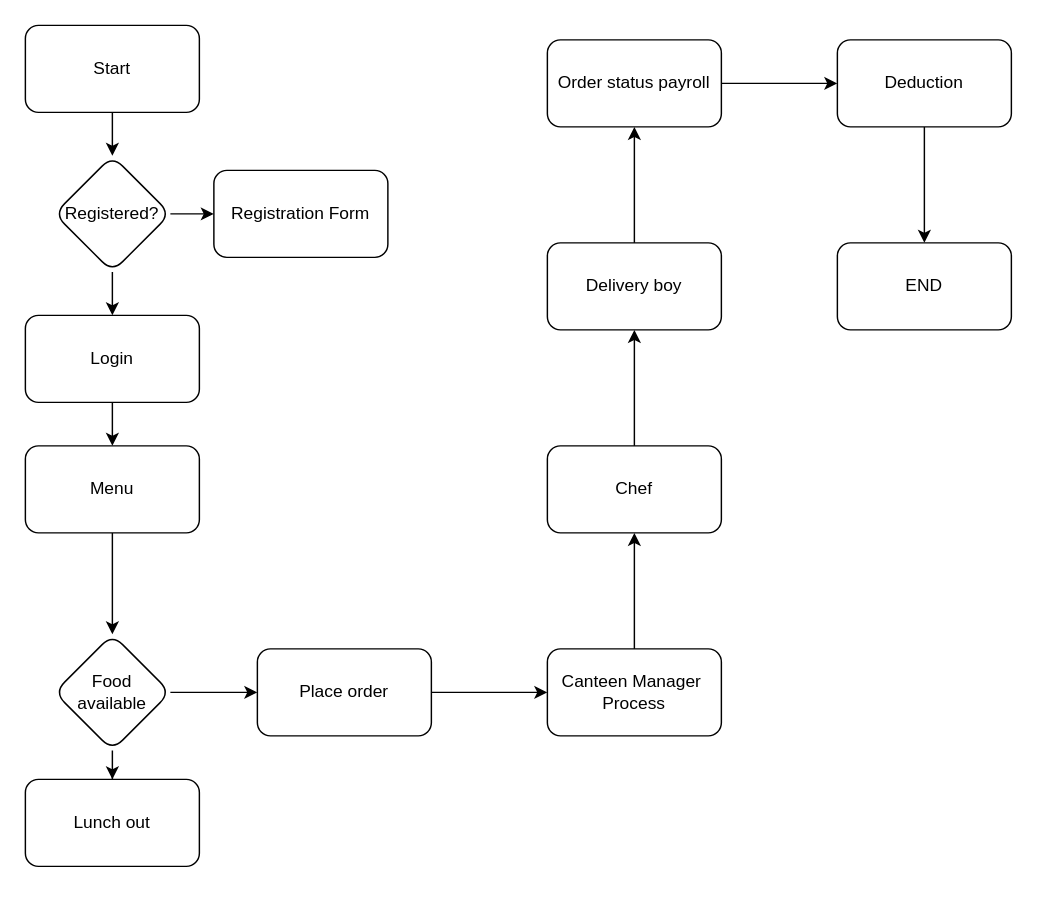
This is page "Future Process" (2 of 5) of canteen_management.drawio from ysebega/ysebega, a draw.io file, before an edit. Source tidied: cells renumbered, new cells numbered last; positions are measured from the earlier drawing's top-left corner, leaving out a move shared by most shapes. Both pictures are drawn from the tidied source at 145%, with x=0, y=0 at pixel (25, 25).
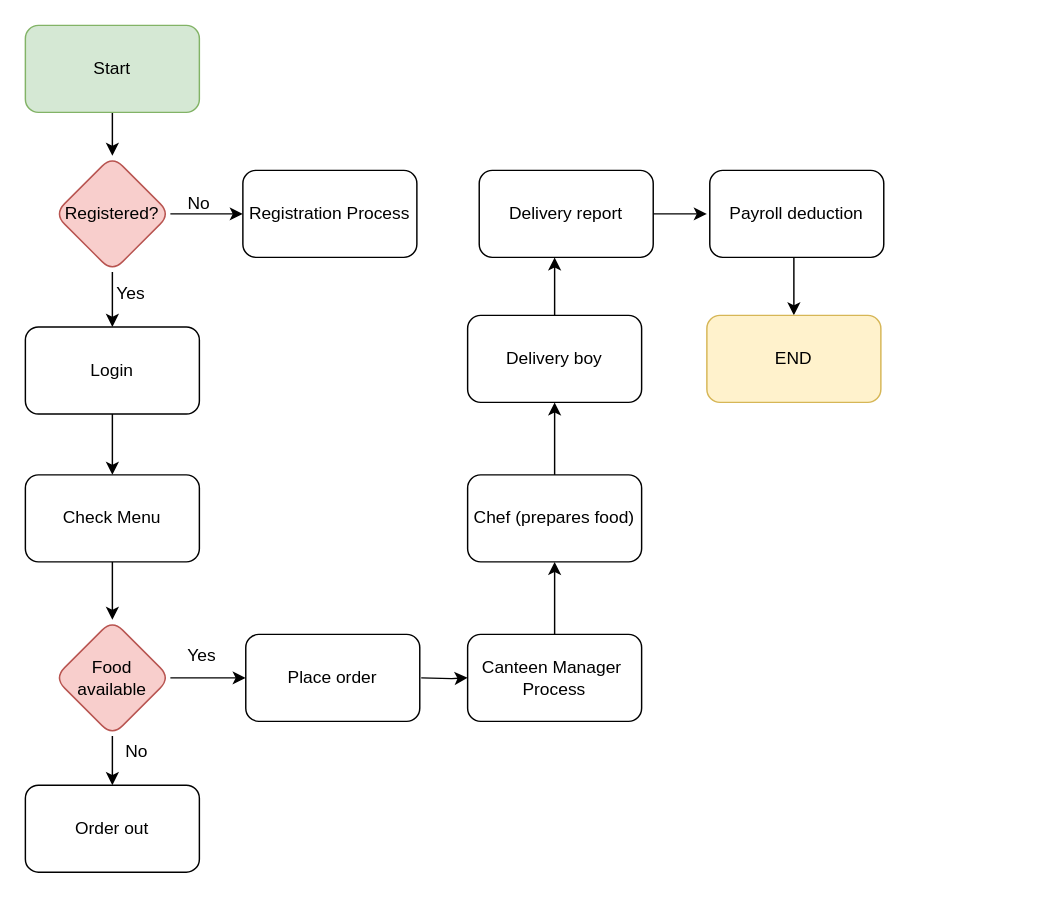
Above is the later version.

The edit, as a diff of the source:
```diff
@@
-    <mxCell id="3" value="Start" style="rounded=1;whiteSpace=wrap;html=1;" parent="1" vertex="1">
+    <mxCell id="3" value="Start" style="rounded=1;whiteSpace=wrap;html=1;fillColor=#d5e8d4;strokeColor=#82b366;" parent="1" vertex="1">
       <mxGeometry width="120" height="60" as="geometry" />
     </mxCell>
@@
-    <mxCell id="6" value="Registered?" style="rhombus;whiteSpace=wrap;html=1;rounded=1;" parent="1" vertex="1">
+    <mxCell id="6" value="Registered?" style="rhombus;whiteSpace=wrap;html=1;rounded=1;fillColor=#f8cecc;strokeColor=#b85450;" parent="1" vertex="1">
       <mxGeometry x="20" y="90" width="80" height="80" as="geometry" />
     </mxCell>
@@
     <mxCell id="8" value="Login" style="whiteSpace=wrap;html=1;rounded=1;" parent="1" vertex="1">
-      <mxGeometry y="200" width="120" height="60" as="geometry" />
+      <mxGeometry y="208" width="120" height="60" as="geometry" />
     </mxCell>
-    <mxCell id="9" value="Registration Form" style="whiteSpace=wrap;html=1;rounded=1;" parent="1" vertex="1">
-      <mxGeometry x="130" y="100" width="120" height="60" as="geometry" />
+    <mxCell id="9" value="Registration Process" style="whiteSpace=wrap;html=1;rounded=1;" parent="1" vertex="1">
+      <mxGeometry x="150" y="100" width="120" height="60" as="geometry" />
     </mxCell>
@@
-    <mxCell id="12" value="Menu" style="whiteSpace=wrap;html=1;rounded=1;" parent="1" vertex="1">
-      <mxGeometry y="290" width="120" height="60" as="geometry" />
+    <mxCell id="12" value="Check Menu" style="whiteSpace=wrap;html=1;rounded=1;" parent="1" vertex="1">
+      <mxGeometry y="310" width="120" height="60" as="geometry" />
     </mxCell>
@@
-    <mxCell id="15" value="Food available" style="rhombus;whiteSpace=wrap;html=1;rounded=1;" parent="1" vertex="1">
-      <mxGeometry x="20" y="420" width="80" height="80" as="geometry" />
+    <mxCell id="15" value="Food available" style="rhombus;whiteSpace=wrap;html=1;rounded=1;fillColor=#f8cecc;strokeColor=#b85450;" parent="1" vertex="1">
+      <mxGeometry x="20" y="410" width="80" height="80" as="geometry" />
     </mxCell>
-    <mxCell id="16" value="Lunch out" style="whiteSpace=wrap;html=1;rounded=1;" parent="1" vertex="1">
-      <mxGeometry y="520" width="120" height="60" as="geometry" />
+    <mxCell id="16" value="Order out" style="whiteSpace=wrap;html=1;rounded=1;" parent="1" vertex="1">
+      <mxGeometry y="524" width="120" height="60" as="geometry" />
     </mxCell>
-    <mxCell id="17" style="edgeStyle=orthogonalEdgeStyle;rounded=0;jettySize=auto;html=1;" parent="1" edge="1" source="18" target="20">
-      <mxGeometry relative="1" as="geometry" />
+    <mxCell id="17" style="edgeStyle=orthogonalEdgeStyle;rounded=0;jettySize=auto;html=1;" parent="1" edge="1" target="20">
+      <mxGeometry relative="1" as="geometry">
+        <mxPoint x="273" y="450" as="sourcePoint" />
+      </mxGeometry>
     </mxCell>
     <mxCell id="18" value="Place order" style="whiteSpace=wrap;html=1;rounded=1;" parent="1" vertex="1">
-      <mxGeometry x="160" y="430" width="120" height="60" as="geometry" />
+      <mxGeometry x="152" y="420" width="120" height="60" as="geometry" />
     </mxCell>
@@
     <mxCell id="20" value="Canteen Manager&amp;nbsp;&lt;br&gt;Process" style="whiteSpace=wrap;html=1;rounded=1;" parent="1" vertex="1">
-      <mxGeometry x="360" y="430" width="120" height="60" as="geometry" />
+      <mxGeometry x="305" y="420" width="120" height="60" as="geometry" />
     </mxCell>
@@
-    <mxCell id="22" value="Chef" style="whiteSpace=wrap;html=1;rounded=1;" parent="1" vertex="1">
-      <mxGeometry x="360" y="290" width="120" height="60" as="geometry" />
+    <mxCell id="22" value="Chef (prepares food)" style="whiteSpace=wrap;html=1;rounded=1;" parent="1" vertex="1">
+      <mxGeometry x="305" y="310" width="120" height="60" as="geometry" />
     </mxCell>
-    <mxCell id="23" style="edgeStyle=orthogonalEdgeStyle;rounded=0;jettySize=auto;html=1;" parent="1" edge="1" source="24" target="26">
-      <mxGeometry relative="1" as="geometry" />
+    <mxCell id="23" style="edgeStyle=orthogonalEdgeStyle;rounded=0;jettySize=auto;html=1;" parent="1" edge="1" source="24">
+      <mxGeometry relative="1" as="geometry">
+        <mxPoint x="365" y="160" as="targetPoint" />
+      </mxGeometry>
     </mxCell>
     <mxCell id="24" value="Delivery boy" style="whiteSpace=wrap;html=1;rounded=1;" parent="1" vertex="1">
-      <mxGeometry x="360" y="150" width="120" height="60" as="geometry" />
+      <mxGeometry x="305" y="200" width="120" height="60" as="geometry" />
     </mxCell>
-    <mxCell id="25" style="edgeStyle=orthogonalEdgeStyle;rounded=0;jettySize=auto;html=1;" parent="1" edge="1" source="26" target="28">
-      <mxGeometry relative="1" as="geometry" />
+    <mxCell id="25" style="edgeStyle=orthogonalEdgeStyle;rounded=0;orthogonalLoop=1;jettySize=auto;html=1;" parent="1" edge="1">
+      <mxGeometry relative="1" as="geometry">
+        <mxPoint x="425" y="130" as="sourcePoint" />
+        <mxPoint x="470" y="130" as="targetPoint" />
+      </mxGeometry>
     </mxCell>
-    <mxCell id="26" value="Order status payroll" style="whiteSpace=wrap;html=1;rounded=1;" parent="1" vertex="1">
-      <mxGeometry x="360" y="10" width="120" height="60" as="geometry" />
+    <mxCell id="26" value="Delivery report" style="whiteSpace=wrap;html=1;rounded=1;" parent="1" vertex="1">
+      <mxGeometry x="313" y="100" width="120" height="60" as="geometry" />
     </mxCell>
-    <mxCell id="27" style="edgeStyle=orthogonalEdgeStyle;rounded=0;jettySize=auto;html=1;" parent="1" edge="1" source="28" target="29">
-      <mxGeometry relative="1" as="geometry" />
+    <mxCell id="27" style="edgeStyle=orthogonalEdgeStyle;rounded=0;jettySize=auto;html=1;" parent="1" edge="1" target="29">
+      <mxGeometry relative="1" as="geometry">
+        <mxPoint x="525" y="160" as="sourcePoint" />
+        <Array as="points">
+          <mxPoint x="530" y="160" />
+        </Array>
+      </mxGeometry>
     </mxCell>
-    <mxCell id="28" value="Deduction" style="whiteSpace=wrap;html=1;rounded=1;" parent="1" vertex="1">
-      <mxGeometry x="560" y="10" width="120" height="60" as="geometry" />
+    <mxCell id="28" value="Payroll deduction" style="whiteSpace=wrap;html=1;rounded=1;" parent="1" vertex="1">
+      <mxGeometry x="472" y="100" width="120" height="60" as="geometry" />
     </mxCell>
-    <mxCell id="29" value="END" style="whiteSpace=wrap;html=1;rounded=1;" parent="1" vertex="1">
-      <mxGeometry x="560" y="150" width="120" height="60" as="geometry" />
+    <mxCell id="29" value="END" style="whiteSpace=wrap;html=1;rounded=1;fillColor=#fff2cc;strokeColor=#d6b656;" parent="1" vertex="1">
+      <mxGeometry x="470" y="200" width="120" height="60" as="geometry" />
     </mxCell>
+    <mxCell id="30" value="No" style="text;html=1;strokeColor=none;fillColor=none;align=center;verticalAlign=middle;whiteSpace=wrap;rounded=0;" parent="1" vertex="1">
+      <mxGeometry x="90" y="108" width="60" height="30" as="geometry" />
+    </mxCell>
+    <mxCell id="31" value="Yes" style="text;html=1;strokeColor=none;fillColor=none;align=center;verticalAlign=middle;whiteSpace=wrap;rounded=0;" parent="1" vertex="1">
+      <mxGeometry x="43" y="170" width="60" height="30" as="geometry" />
+    </mxCell>
+    <mxCell id="32" value="Yes" style="text;html=1;strokeColor=none;fillColor=none;align=center;verticalAlign=middle;whiteSpace=wrap;rounded=0;" parent="1" vertex="1">
+      <mxGeometry x="92" y="420" width="60" height="30" as="geometry" />
+    </mxCell>
+    <mxCell id="33" value="No" style="text;html=1;strokeColor=none;fillColor=none;align=center;verticalAlign=middle;whiteSpace=wrap;rounded=0;" parent="1" vertex="1">
+      <mxGeometry x="47" y="486" width="60" height="30" as="geometry" />
+    </mxCell>
```
